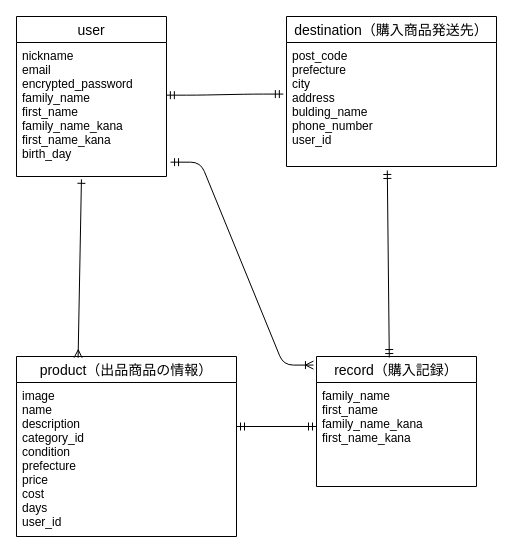
Above: furima.dio in s05098st/furima-34004 (draw.io), before the change. Source tidied: cells renumbered, new cells numbered last; positions are measured from the earlier drawing's top-left corner, leaving out a move shared by most shapes. Both pictures are drawn from the tidied source at 100%, with x=0, y=0 at pixel (16, 16).
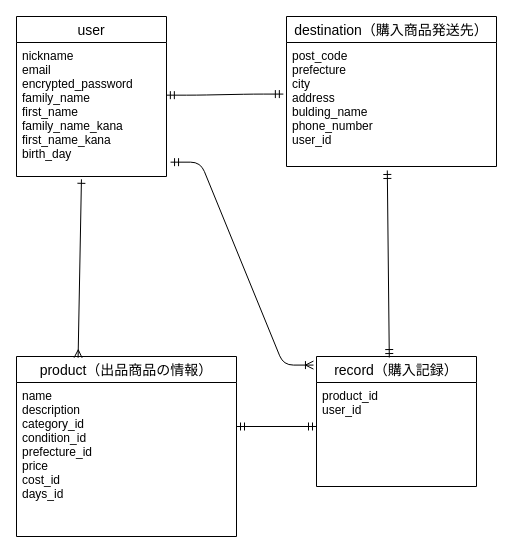
Above is the later version.

Commit message (it also covers changes not shown here):
README及びER図修正(2月11日）

Change to the diagram source:
```diff
@@
 <mxGraphModel>
   <root>
     <mxCell id="0" />
     <mxCell id="1" parent="0" />
     <mxCell id="2" value="user" style="swimlane;fontStyle=0;horizontal=1;startSize=26;align=center;fontSize=14;" parent="1" vertex="1">
       <mxGeometry width="150" height="160" as="geometry" />
     </mxCell>
     <mxCell id="3" value="nickname&#10;email&#10;encrypted_password&#10;family_name&#10;first_name&#10;family_name_kana&#10;first_name_kana&#10;birth_day&#10;" style="text;strokeColor=none;fillColor=none;spacingLeft=4;spacingRight=4;overflow=hidden;points=[[0,0.5],[1,0.5]];portConstraint=eastwest;fontSize=12;" parent="2" vertex="1">
       <mxGeometry y="26" width="150" height="134" as="geometry" />
     </mxCell>
     <mxCell id="4" value="product（出品商品の情報）" style="swimlane;fontStyle=0;horizontal=1;startSize=26;align=center;fontSize=14;" parent="1" vertex="1">
       <mxGeometry y="340" width="220" height="180" as="geometry" />
     </mxCell>
-    <mxCell id="5" value="image&#10;name&#10;description&#10;category_id&#10;condition&#10;prefecture&#10;price&#10;cost&#10;days&#10;user_id&#10;" style="text;strokeColor=none;fillColor=none;spacingLeft=4;spacingRight=4;overflow=hidden;fontSize=12;" parent="4" vertex="1">
+    <mxCell id="5" value="name&#10;description&#10;category_id&#10;condition_id&#10;prefecture_id&#10;price&#10;cost_id&#10;days_id&#10;" style="text;strokeColor=none;fillColor=none;spacingLeft=4;spacingRight=4;overflow=hidden;fontSize=12;" parent="4" vertex="1">
       <mxGeometry y="26" width="220" height="154" as="geometry" />
     </mxCell>
     <mxCell id="6" value="destination（購入商品発送先）" style="swimlane;fontStyle=0;horizontal=1;startSize=26;align=center;fontSize=14;" parent="1" vertex="1">
       <mxGeometry x="270" width="210" height="150" as="geometry" />
     </mxCell>
     <mxCell id="7" value="post_code&#10;prefecture&#10;city&#10;address&#10;bulding_name&#10;phone_number&#10;user_id&#10;" style="text;strokeColor=none;fillColor=none;spacingLeft=4;spacingRight=4;overflow=hidden;points=[[0,0.5],[1,0.5]];portConstraint=eastwest;fontSize=12;" parent="6" vertex="1">
       <mxGeometry y="26" width="210" height="124" as="geometry" />
     </mxCell>
     <mxCell id="8" value="record（購入記録）" style="swimlane;fontStyle=0;horizontal=1;startSize=26;align=center;fontSize=14;" parent="1" vertex="1">
       <mxGeometry x="300" y="340" width="160" height="130" as="geometry" />
     </mxCell>
-    <mxCell id="9" value="family_name&#10;first_name&#10;family_name_kana&#10;first_name_kana" style="text;strokeColor=none;fillColor=none;spacingLeft=4;spacingRight=4;overflow=hidden;points=[[0,0.5],[1,0.5]];portConstraint=eastwest;fontSize=12;" parent="8" vertex="1">
+    <mxCell id="9" value="product_id&#10;user_id" style="text;strokeColor=none;fillColor=none;spacingLeft=4;spacingRight=4;overflow=hidden;points=[[0,0.5],[1,0.5]];portConstraint=eastwest;fontSize=12;" parent="8" vertex="1">
       <mxGeometry y="26" width="160" height="104" as="geometry" />
     </mxCell>
     <mxCell id="10" style="edgeStyle=entityRelationEdgeStyle;fontSize=12;html=1;endArrow=ERmandOne;startArrow=ERmandOne;entryX=-0.015;entryY=0.416;entryDx=0;entryDy=0;entryPerimeter=0;exitX=0.999;exitY=0.393;exitDx=0;exitDy=0;exitPerimeter=0;" parent="1" edge="1" source="3" target="7">
       <mxGeometry relative="1" as="geometry" />
     </mxCell>
     <mxCell id="11" style="endArrow=ERmany;html=1;rounded=0;exitX=0.433;exitY=1.021;exitDx=0;exitDy=0;exitPerimeter=0;startArrow=ERone;startFill=0;entryX=0.28;entryY=0.007;entryDx=0;entryDy=0;entryPerimeter=0;endFill=0;" parent="1" edge="1" source="3" target="4">
       <mxGeometry relative="1" as="geometry" />
     </mxCell>
     <mxCell id="12" style="edgeStyle=entityRelationEdgeStyle;fontSize=12;html=1;endArrow=ERmandOne;startArrow=ERmandOne;entryX=0;entryY=0.423;entryDx=0;entryDy=0;entryPerimeter=0;" parent="1" edge="1" target="9">
       <mxGeometry relative="1" as="geometry">
         <mxPoint x="220" y="410" as="sourcePoint" />
       </mxGeometry>
     </mxCell>
     <mxCell id="13" style="endArrow=ERmandOne;html=1;rounded=0;exitX=0.48;exitY=1.032;exitDx=0;exitDy=0;exitPerimeter=0;startArrow=ERmandOne;startFill=0;endFill=0;entryX=0.455;entryY=0.008;entryDx=0;entryDy=0;entryPerimeter=0;" parent="1" edge="1" source="7" target="8">
       <mxGeometry relative="1" as="geometry" />
     </mxCell>
     <mxCell id="14" style="endArrow=none;html=1;rounded=0;" parent="1" edge="1">
       <mxGeometry relative="1" as="geometry">
         <mxPoint x="230" y="410" as="sourcePoint" />
         <mxPoint x="300" y="410" as="targetPoint" />
       </mxGeometry>
     </mxCell>
     <mxCell id="15" style="edgeStyle=entityRelationEdgeStyle;fontSize=12;html=1;endArrow=ERoneToMany;startArrow=ERmandOne;exitX=1.027;exitY=0.893;exitDx=0;exitDy=0;exitPerimeter=0;entryX=-0.019;entryY=0.066;entryDx=0;entryDy=0;entryPerimeter=0;" parent="1" edge="1" source="3" target="8">
       <mxGeometry relative="1" as="geometry" />
     </mxCell>
   </root>
 </mxGraphModel>
```
